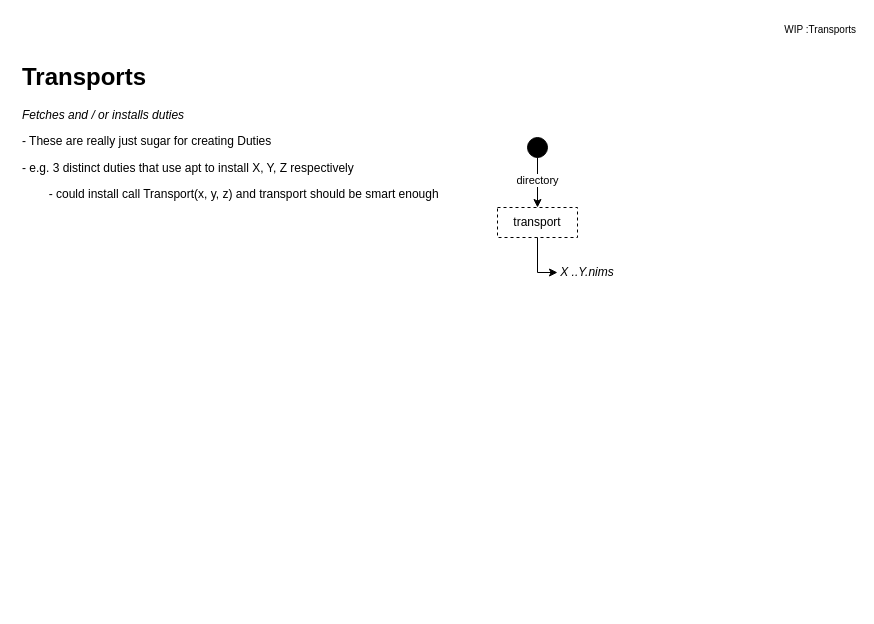
noahehall/boat keeps this draw.io diagram as page "transports" (4 of 6) of ADRs/boat_adr.drawio. Above is the earlier version. Source tidied: cells renumbered, new cells numbered last; positions are measured from the earlier drawing's top-left corner, leaving out a move shared by most shapes. Both pictures are drawn from the tidied source at 100%, with x=0, y=0 at pixel (17, 17).
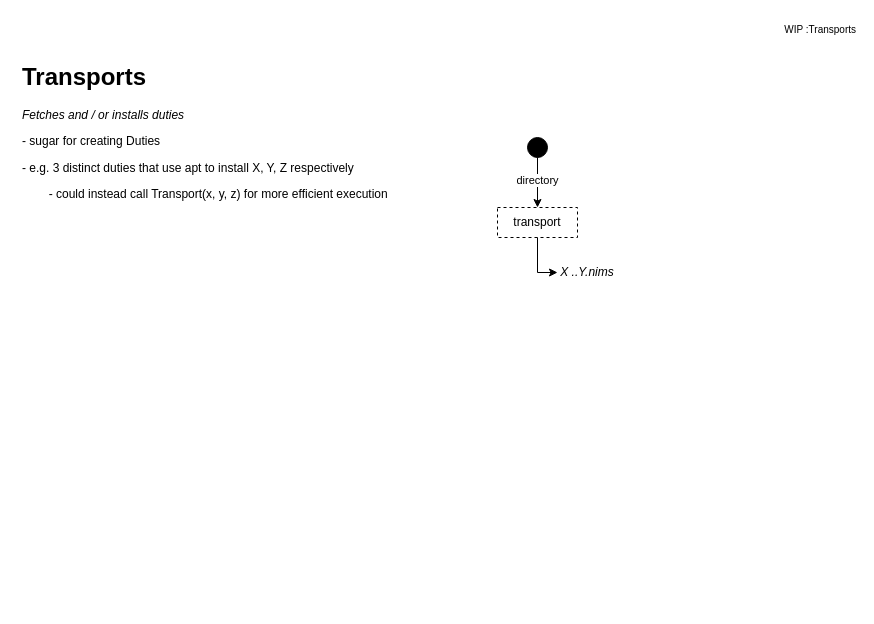
After the change.

The edit, as a diff of the source:
```diff
@@
 <mxGraphModel>
   <root>
     <mxCell id="0" />
     <mxCell id="1" parent="0" />
-    <mxCell id="2" value="&lt;h1&gt;Transports&lt;/h1&gt;&lt;p style=&quot;border-color: var(--border-color);&quot;&gt;&lt;span style=&quot;background-color: initial;&quot;&gt;&lt;i&gt;Fetches and / or installs duties&lt;/i&gt;&lt;/span&gt;&lt;/p&gt;&lt;p style=&quot;border-color: var(--border-color);&quot;&gt;&lt;span style=&quot;background-color: initial;&quot;&gt;- These are really just sugar for creating Duties&lt;/span&gt;&lt;/p&gt;&lt;p style=&quot;border-color: var(--border-color);&quot;&gt;&lt;span style=&quot;background-color: initial;&quot;&gt;- e.g. 3 distinct duties that use apt to install X, Y, Z respectively&lt;/span&gt;&lt;/p&gt;&lt;p style=&quot;border-color: var(--border-color);&quot;&gt;&lt;span style=&quot;background-color: initial;&quot;&gt;&lt;span style=&quot;white-space: pre;&quot;&gt;&#9;&lt;/span&gt;- could install call Transport(x, y, z) and transport should be smart enough&lt;/span&gt;&lt;/p&gt;" style="text;html=1;strokeColor=none;fillColor=none;spacing=5;spacingTop=-20;whiteSpace=wrap;overflow=hidden;rounded=0;" parent="1" vertex="1">
+    <mxCell id="2" value="&lt;h1&gt;Transports&lt;/h1&gt;&lt;p style=&quot;border-color: var(--border-color);&quot;&gt;&lt;span style=&quot;background-color: initial;&quot;&gt;&lt;i&gt;Fetches and / or installs duties&lt;/i&gt;&lt;/span&gt;&lt;/p&gt;&lt;p style=&quot;border-color: var(--border-color);&quot;&gt;&lt;span style=&quot;background-color: initial;&quot;&gt;- sugar for creating Duties&lt;/span&gt;&lt;/p&gt;&lt;p style=&quot;border-color: var(--border-color);&quot;&gt;&lt;span style=&quot;background-color: initial;&quot;&gt;- e.g. 3 distinct duties that use apt to install X, Y, Z respectively&lt;/span&gt;&lt;/p&gt;&lt;p style=&quot;border-color: var(--border-color);&quot;&gt;&lt;span style=&quot;background-color: initial;&quot;&gt;&lt;span style=&quot;white-space: pre;&quot;&gt;&#9;&lt;/span&gt;- could instead call Transport(x, y, z) for more efficient execution&lt;/span&gt;&lt;/p&gt;" style="text;html=1;strokeColor=none;fillColor=none;spacing=5;spacingTop=-20;whiteSpace=wrap;overflow=hidden;rounded=0;" parent="1" vertex="1">
       <mxGeometry y="40" width="480" height="550" as="geometry" />
     </mxCell>
     <mxCell id="3" value="&amp;nbsp; &amp;nbsp;WIP :Transports&lt;br&gt;" style="text;html=1;align=right;verticalAlign=top;strokeColor=none;fillColor=none;fontSize=10;" parent="1" vertex="1">
       <mxGeometry x="740" width="100" height="30" as="geometry" />
     </mxCell>
     <mxCell id="4" style="group;" parent="1" vertex="1">
       <mxGeometry x="480" y="120" width="120" height="150" as="geometry" />
     </mxCell>
     <mxCell id="5" style="ellipse;whiteSpace=wrap;html=1;labelBackgroundColor=#504949;fillColor=#000000;" parent="4" vertex="1">
       <mxGeometry x="30" width="20" height="20" as="geometry" />
     </mxCell>
     <mxCell id="6" value="transport" style="text;html=1;strokeColor=default;fillColor=none;align=center;verticalAlign=middle;whiteSpace=wrap;rounded=0;dashed=1;" parent="4" vertex="1">
       <mxGeometry y="70" width="80" height="30" as="geometry" />
     </mxCell>
     <mxCell id="7" value="directory" style="edgeStyle=orthogonalEdgeStyle;rounded=0;jettySize=auto;html=1;strokeColor=default;spacingBottom=4;" parent="4" edge="1" source="5" target="6">
       <mxGeometry relative="1" as="geometry" />
     </mxCell>
     <mxCell id="8" value="X ..Y.nims" style="text;html=1;strokeColor=none;fillColor=none;align=center;verticalAlign=middle;whiteSpace=wrap;rounded=0;fontStyle=2;" parent="4" vertex="1">
       <mxGeometry x="60" y="120" width="60" height="30" as="geometry" />
     </mxCell>
     <mxCell id="9" style="edgeStyle=orthogonalEdgeStyle;rounded=0;jettySize=auto;html=1;entryX=0;entryY=0.5;entryDx=0;entryDy=0;strokeColor=default;" parent="4" edge="1" source="6" target="8">
       <mxGeometry relative="1" as="geometry" />
     </mxCell>
   </root>
 </mxGraphModel>
```
